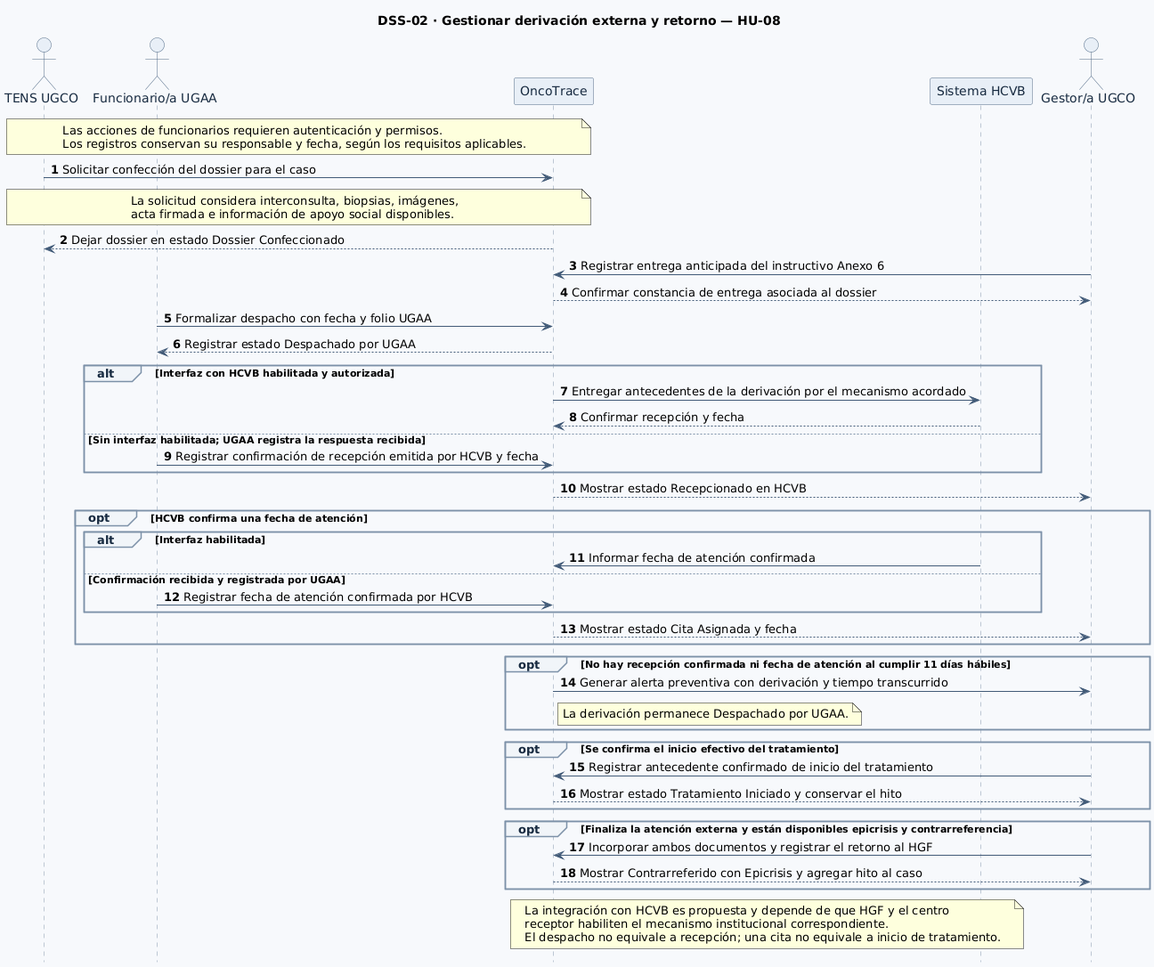
The PlantUML diagram diagramas/DSS-02-HU-08.png in br1fz/OncoTrace, before a commit.
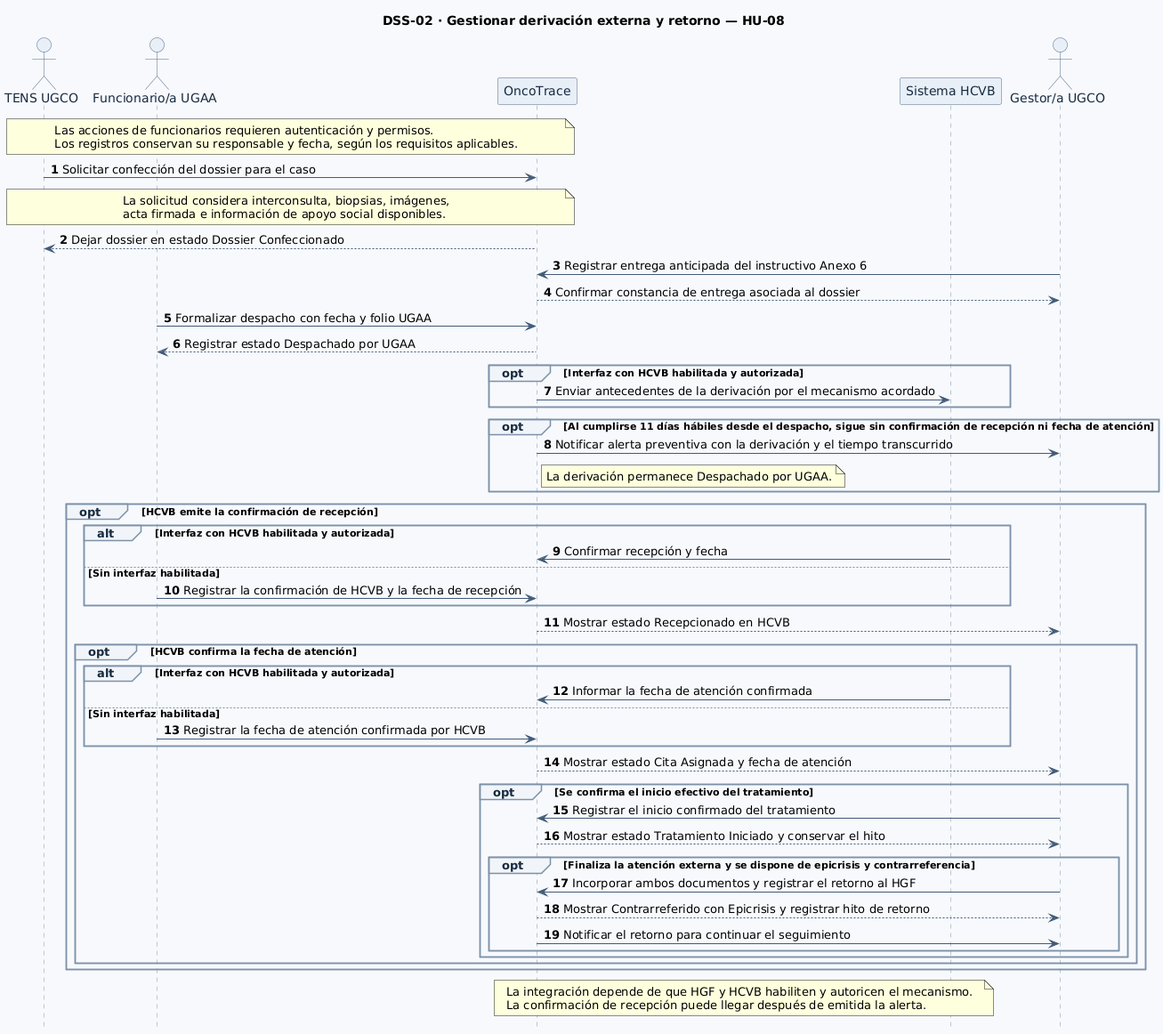
Later version of the same file.

Commit message:
(ENTREGA II ) Corregir el diagrama de derivación externa

Se actualizó el PlantUML y su imagen para mostrar la alerta de once días mientras la recepción sigue pendiente.

What changed in the source:
```diff
@@ -44,41 +44,46 @@
 UGAA -> OT: Formalizar despacho con fecha y folio UGAA
 OT --> UGAA: Registrar estado Despachado por UGAA
 
-alt Interfaz con HCVB habilitada y autorizada
-  OT -> HCVB: Entregar antecedentes de la derivación por el mecanismo acordado
-  HCVB --> OT: Confirmar recepción y fecha
-else Sin interfaz habilitada; UGAA registra la respuesta recibida
-  UGAA -> OT: Registrar confirmación de recepción emitida por HCVB y fecha
-end
-OT --> Gestor: Mostrar estado Recepcionado en HCVB
-
-opt HCVB confirma una fecha de atención
-  alt Interfaz habilitada
-    HCVB -> OT: Informar fecha de atención confirmada
-  else Confirmación recibida y registrada por UGAA
-    UGAA -> OT: Registrar fecha de atención confirmada por HCVB
-  end
-  OT --> Gestor: Mostrar estado Cita Asignada y fecha
+opt Interfaz con HCVB habilitada y autorizada
+  OT -> HCVB: Enviar antecedentes de la derivación por el mecanismo acordado
 end
 
-opt No hay recepción confirmada ni fecha de atención al cumplir 11 días hábiles
-  OT -> Gestor: Generar alerta preventiva con derivación y tiempo transcurrido
+opt Al cumplirse 11 días hábiles desde el despacho, sigue sin confirmación de recepción ni fecha de atención
+  OT -> Gestor: Notificar alerta preventiva con la derivación y el tiempo transcurrido
   note right of OT: La derivación permanece Despachado por UGAA.
 end
 
-opt Se confirma el inicio efectivo del tratamiento
-  Gestor -> OT: Registrar antecedente confirmado de inicio del tratamiento
-  OT --> Gestor: Mostrar estado Tratamiento Iniciado y conservar el hito
-end
+opt HCVB emite la confirmación de recepción
+  alt Interfaz con HCVB habilitada y autorizada
+    HCVB -> OT: Confirmar recepción y fecha
+  else Sin interfaz habilitada
+    UGAA -> OT: Registrar la confirmación de HCVB y la fecha de recepción
+  end
+  OT --> Gestor: Mostrar estado Recepcionado en HCVB
 
-opt Finaliza la atención externa y están disponibles epicrisis y contrarreferencia
-  Gestor -> OT: Incorporar ambos documentos y registrar el retorno al HGF
-  OT --> Gestor: Mostrar Contrarreferido con Epicrisis y agregar hito al caso
+  opt HCVB confirma la fecha de atención
+    alt Interfaz con HCVB habilitada y autorizada
+      HCVB -> OT: Informar la fecha de atención confirmada
+    else Sin interfaz habilitada
+      UGAA -> OT: Registrar la fecha de atención confirmada por HCVB
+    end
+    OT --> Gestor: Mostrar estado Cita Asignada y fecha de atención
+
+    opt Se confirma el inicio efectivo del tratamiento
+      Gestor -> OT: Registrar el inicio confirmado del tratamiento
+      OT --> Gestor: Mostrar estado Tratamiento Iniciado y conservar el hito
+
+      opt Finaliza la atención externa y se dispone de epicrisis y contrarreferencia
+        Gestor -> OT: Incorporar ambos documentos y registrar el retorno al HGF
+        OT --> Gestor: Mostrar Contrarreferido con Epicrisis y registrar hito de retorno
+        OT -> Gestor: Notificar el retorno para continuar el seguimiento
+      end
+    end
+  end
 end
 
 note over OT,HCVB
-La integración con HCVB es propuesta y depende de que HGF y el centro
-receptor habiliten el mecanismo institucional correspondiente.
-El despacho no equivale a recepción; una cita no equivale a inicio de tratamiento.
+La integración depende de que HGF y HCVB habiliten y autoricen el mecanismo.
+La confirmación de recepción puede llegar después de emitida la alerta.
 end note
 @enduml
```
